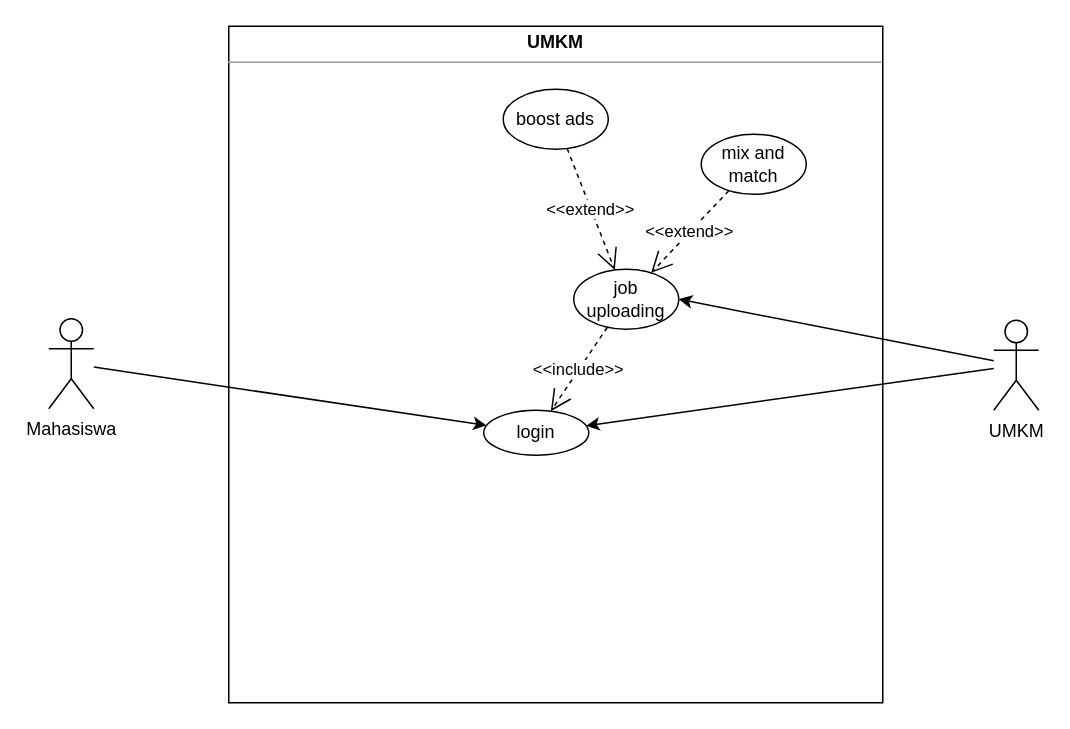
This is page "UML (UseCase)" (2 of 2) of uml-diagram.drawio from isalzufari/sayembaara, a draw.io file, before an edit. Source tidied: cells renumbered, new cells numbered last; positions are measured from the earlier drawing's top-left corner, leaving out a move shared by most shapes. Both pictures are drawn from the tidied source at 150%, with x=0, y=0 at pixel (48, 26).
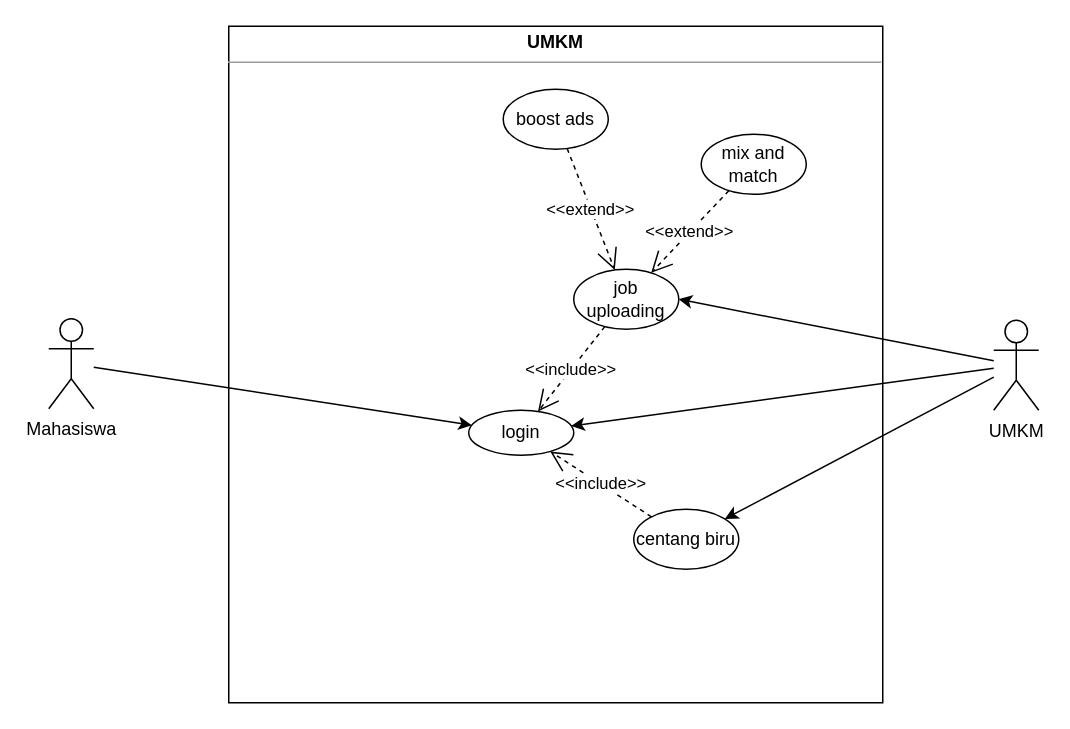
The same page after the edit.

Commit message:
Use Case: adding centang biru for UMKM.drawio

Change to the diagram source:
```diff
@@
 <mxGraphModel>
   <root>
     <mxCell id="0" />
     <mxCell id="1" parent="0" />
     <mxCell id="2" value="&lt;p style=&quot;margin:0px;margin-top:4px;text-align:center;&quot;&gt;&lt;b&gt;UMKM&lt;/b&gt;&lt;/p&gt;&lt;hr size=&quot;1&quot;&gt;&lt;div style=&quot;height:2px;&quot;&gt;&lt;/div&gt;" style="verticalAlign=top;align=left;overflow=fill;fontSize=12;fontFamily=Helvetica;html=1;whiteSpace=wrap;" parent="1" vertex="1">
       <mxGeometry x="120" width="436" height="451" as="geometry" />
     </mxCell>
     <mxCell id="3" style="rounded=0;jettySize=auto;html=1;" parent="1" edge="1" source="4" target="8">
       <mxGeometry relative="1" as="geometry" />
     </mxCell>
     <mxCell id="4" value="Mahasiswa" style="shape=umlActor;verticalLabelPosition=bottom;verticalAlign=top;html=1;" parent="1" vertex="1">
       <mxGeometry y="195" width="30" height="60" as="geometry" />
     </mxCell>
     <mxCell id="5" style="rounded=0;jettySize=auto;html=1;" parent="1" edge="1" source="7" target="8">
       <mxGeometry relative="1" as="geometry" />
     </mxCell>
     <mxCell id="6" style="rounded=0;jettySize=auto;html=1;entryX=1;entryY=0.5;entryDx=0;entryDy=0;" parent="1" edge="1" source="7" target="9">
       <mxGeometry relative="1" as="geometry" />
     </mxCell>
+    <mxCell id="15" style="rounded=0;jettySize=auto;html=1;" parent="1" edge="1" source="7" target="16">
+      <mxGeometry relative="1" as="geometry" />
+    </mxCell>
     <mxCell id="7" value="UMKM" style="shape=umlActor;verticalLabelPosition=bottom;verticalAlign=top;html=1;" parent="1" vertex="1">
       <mxGeometry x="630" y="196" width="30" height="60" as="geometry" />
     </mxCell>
     <mxCell id="8" value="login" style="ellipse;whiteSpace=wrap;html=1;" parent="1" vertex="1">
-      <mxGeometry x="290" y="256" width="70" height="30" as="geometry" />
+      <mxGeometry x="280" y="256" width="70" height="30" as="geometry" />
     </mxCell>
     <mxCell id="9" value="job uploading" style="ellipse;whiteSpace=wrap;html=1;" parent="1" vertex="1">
       <mxGeometry x="350" y="162" width="70" height="40" as="geometry" />
     </mxCell>
     <mxCell id="10" value="mix and match" style="ellipse;whiteSpace=wrap;html=1;" parent="1" vertex="1">
       <mxGeometry x="435" y="72" width="70" height="40" as="geometry" />
     </mxCell>
     <mxCell id="11" value="&amp;lt;&amp;lt;include&amp;gt;&amp;gt;" style="endArrow=open;endSize=12;dashed=1;html=1;rounded=0;" parent="1" edge="1" source="9" target="8">
       <mxGeometry relative="1" as="geometry" />
     </mxCell>
     <mxCell id="12" value="&amp;lt;&amp;lt;extend&amp;gt;&amp;gt;" style="endArrow=open;endSize=12;dashed=1;html=1;rounded=0;" parent="1" edge="1" source="10" target="9">
       <mxGeometry relative="1" as="geometry" />
     </mxCell>
     <mxCell id="13" value="boost ads" style="ellipse;whiteSpace=wrap;html=1;" parent="1" vertex="1">
       <mxGeometry x="303" y="42" width="70" height="40" as="geometry" />
     </mxCell>
     <mxCell id="14" value="&amp;lt;&amp;lt;extend&amp;gt;&amp;gt;" style="endArrow=open;endSize=12;dashed=1;html=1;rounded=0;" parent="1" edge="1" source="13" target="9">
       <mxGeometry relative="1" as="geometry" />
     </mxCell>
+    <mxCell id="16" value="centang biru" style="ellipse;whiteSpace=wrap;html=1;" parent="1" vertex="1">
+      <mxGeometry x="390" y="322" width="70" height="40" as="geometry" />
+    </mxCell>
+    <mxCell id="17" value="&amp;lt;&amp;lt;include&amp;gt;&amp;gt;" style="endArrow=open;endSize=12;dashed=1;html=1;rounded=0;" parent="1" edge="1" source="16" target="8">
+      <mxGeometry relative="1" as="geometry" />
+    </mxCell>
   </root>
 </mxGraphModel>
```
